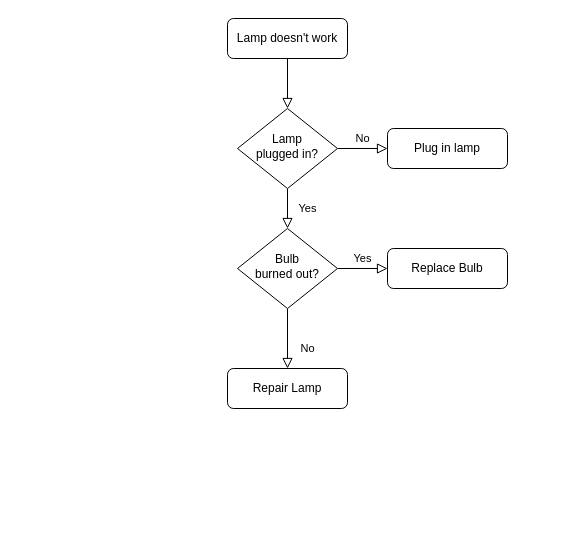
Above: img/flowchart_for_nlos.drawio in LINYQ0591/LINYQ0591.github.io (draw.io), before the change. Source tidied: cells renumbered, new cells numbered last; positions are measured from the earlier drawing's top-left corner, leaving out a move shared by most shapes. Both pictures are drawn from the tidied source at 100%, with x=0, y=0 at pixel (227, 18).
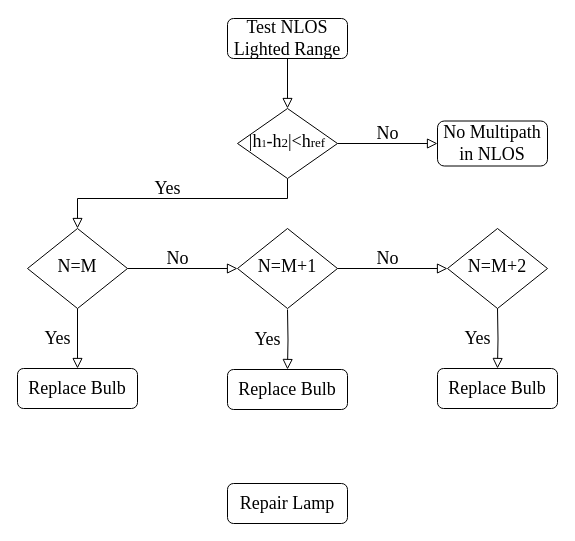
Above is the later version.

Diff of the diagram source:
```diff
@@
-    <mxCell id="3" value="Lamp doesn't work" style="rounded=1;whiteSpace=wrap;html=1;fontSize=12;glass=0;strokeWidth=1;shadow=0;" parent="1" vertex="1">
+    <mxCell id="3" value="&lt;font face=&quot;Times New Roman&quot; style=&quot;font-size: 18px;&quot;&gt;Test NLOS Lighted Range&lt;/font&gt;" style="rounded=1;whiteSpace=wrap;html=1;fontSize=12;glass=0;strokeWidth=1;shadow=0;" parent="1" vertex="1">
       <mxGeometry width="120" height="40" as="geometry" />
     </mxCell>
+    <mxCell id="5" value="No" style="edgeStyle=orthogonalEdgeStyle;rounded=0;html=1;jettySize=auto;fontSize=18;endArrow=block;endFill=0;endSize=8;strokeWidth=1;shadow=0;labelBackgroundColor=none;fontFamily=Times New Roman;" parent="1" edge="1" source="6" target="7">
+      <mxGeometry y="10" relative="1" as="geometry" />
+    </mxCell>
-    <mxCell id="4" value="Yes" style="rounded=0;html=1;jettySize=auto;fontSize=11;endArrow=block;endFill=0;endSize=8;strokeWidth=1;shadow=0;labelBackgroundColor=none;edgeStyle=orthogonalEdgeStyle;" parent="1" edge="1" source="6" target="10">
-      <mxGeometry y="20" relative="1" as="geometry" />
+    <mxCell id="4" value="Yes" style="rounded=0;jettySize=auto;fontSize=18;endArrow=block;endFill=0;endSize=8;strokeWidth=1;shadow=0;labelBackgroundColor=none;edgeStyle=orthogonalEdgeStyle;fontFamily=Times New Roman;html=1;verticalAlign=middle;horizontal=1;" parent="1" edge="1" source="6" target="10">
+      <mxGeometry x="0.08" y="-10" relative="1" as="geometry">
+        <Array as="points">
+          <mxPoint x="60" y="180" />
+          <mxPoint x="-150" y="180" />
+        </Array>
+      </mxGeometry>
     </mxCell>
-    <mxCell id="5" value="No" style="edgeStyle=orthogonalEdgeStyle;rounded=0;html=1;jettySize=auto;fontSize=11;endArrow=block;endFill=0;endSize=8;strokeWidth=1;shadow=0;labelBackgroundColor=none;" parent="1" edge="1" source="6" target="7">
-      <mxGeometry y="10" relative="1" as="geometry" />
-    </mxCell>
-    <mxCell id="6" value="Lamp&lt;br&gt;plugged in?" style="rhombus;whiteSpace=wrap;html=1;shadow=0;fontFamily=Helvetica;fontSize=12;align=center;strokeWidth=1;spacing=6;spacingTop=-4;" parent="1" vertex="1">
-      <mxGeometry x="10" y="90" width="100" height="80" as="geometry" />
+    <mxCell id="6" value="&lt;span style=&quot;font-family: &amp;quot;Times New Roman&amp;quot;; font-size: 18px;&quot;&gt;|h&lt;/span&gt;&lt;span style=&quot;font-family: &amp;quot;Times New Roman&amp;quot;;&quot;&gt;&lt;font size=&quot;1&quot;&gt;1&lt;/font&gt;&lt;/span&gt;&lt;span style=&quot;font-family: &amp;quot;Times New Roman&amp;quot;; font-size: 18px;&quot;&gt;-h&lt;/span&gt;&lt;span style=&quot;font-family: &amp;quot;Times New Roman&amp;quot;;&quot;&gt;&lt;font style=&quot;font-size: 13px;&quot;&gt;2&lt;/font&gt;&lt;/span&gt;&lt;span style=&quot;font-family: &amp;quot;Times New Roman&amp;quot;; font-size: 18px;&quot;&gt;|&amp;lt;h&lt;/span&gt;&lt;span style=&quot;font-family: &amp;quot;Times New Roman&amp;quot;;&quot;&gt;&lt;font style=&quot;font-size: 13px;&quot;&gt;ref&lt;/font&gt;&lt;/span&gt;" style="rhombus;whiteSpace=wrap;html=1;shadow=0;fontFamily=Helvetica;fontSize=12;align=center;strokeWidth=1;spacing=6;spacingTop=-4;" parent="1" vertex="1">
+      <mxGeometry x="10" y="90" width="100" height="70" as="geometry" />
     </mxCell>
-    <mxCell id="7" value="Plug in lamp" style="rounded=1;whiteSpace=wrap;html=1;fontSize=12;glass=0;strokeWidth=1;shadow=0;" parent="1" vertex="1">
-      <mxGeometry x="160" y="110" width="120" height="40" as="geometry" />
+    <mxCell id="7" value="&lt;span style=&quot;font-family: &amp;quot;Times New Roman&amp;quot;; font-size: 18px;&quot;&gt;No Multipath in NLOS&lt;/span&gt;" style="rounded=1;whiteSpace=wrap;html=1;fontSize=12;glass=0;strokeWidth=1;shadow=0;" parent="1" vertex="1">
+      <mxGeometry x="210" y="102.5" width="110" height="45" as="geometry" />
     </mxCell>
-    <mxCell id="8" value="No" style="rounded=0;html=1;jettySize=auto;fontSize=11;endArrow=block;endFill=0;endSize=8;strokeWidth=1;shadow=0;labelBackgroundColor=none;edgeStyle=orthogonalEdgeStyle;" parent="1" edge="1" source="10" target="11">
-      <mxGeometry x="0.33" y="20" relative="1" as="geometry" />
+    <mxCell id="8" value="No" style="rounded=0;html=1;jettySize=auto;fontSize=18;endArrow=block;endFill=0;endSize=8;strokeWidth=1;shadow=0;labelBackgroundColor=none;edgeStyle=orthogonalEdgeStyle;fontFamily=Times New Roman;entryX=0;entryY=0.5;entryDx=0;entryDy=0;" parent="1" edge="1" source="10" target="13">
+      <mxGeometry x="-0.09" y="10" relative="1" as="geometry" />
     </mxCell>
-    <mxCell id="9" value="Yes" style="edgeStyle=orthogonalEdgeStyle;rounded=0;html=1;jettySize=auto;fontSize=11;endArrow=block;endFill=0;endSize=8;strokeWidth=1;shadow=0;labelBackgroundColor=none;" parent="1" edge="1" source="10" target="12">
-      <mxGeometry y="10" relative="1" as="geometry" />
+    <mxCell id="9" value="Yes" style="edgeStyle=orthogonalEdgeStyle;rounded=0;html=1;jettySize=auto;fontSize=18;endArrow=block;endFill=0;endSize=8;strokeWidth=1;shadow=0;labelBackgroundColor=none;fontFamily=Times New Roman;" parent="1" edge="1" source="10" target="12">
+      <mxGeometry y="-20" relative="1" as="geometry" />
     </mxCell>
-    <mxCell id="10" value="Bulb&lt;br&gt;burned out?" style="rhombus;whiteSpace=wrap;html=1;shadow=0;fontFamily=Helvetica;fontSize=12;align=center;strokeWidth=1;spacing=6;spacingTop=-4;" parent="1" vertex="1">
-      <mxGeometry x="10" y="210" width="100" height="80" as="geometry" />
+    <mxCell id="10" value="N=M" style="rhombus;whiteSpace=wrap;html=1;shadow=0;fontFamily=Times New Roman;fontSize=18;align=center;strokeWidth=1;spacing=6;spacingTop=-4;" parent="1" vertex="1">
+      <mxGeometry x="-200" y="210" width="100" height="80" as="geometry" />
     </mxCell>
-    <mxCell id="11" value="Repair Lamp" style="rounded=1;whiteSpace=wrap;html=1;fontSize=12;glass=0;strokeWidth=1;shadow=0;" parent="1" vertex="1">
-      <mxGeometry y="350" width="120" height="40" as="geometry" />
+    <mxCell id="11" value="Repair Lamp" style="rounded=1;whiteSpace=wrap;html=1;fontSize=18;glass=0;strokeWidth=1;shadow=0;fontFamily=Times New Roman;" parent="1" vertex="1">
+      <mxGeometry y="465" width="120" height="40" as="geometry" />
     </mxCell>
-    <mxCell id="12" value="Replace Bulb" style="rounded=1;whiteSpace=wrap;html=1;fontSize=12;glass=0;strokeWidth=1;shadow=0;" parent="1" vertex="1">
-      <mxGeometry x="160" y="230" width="120" height="40" as="geometry" />
+    <mxCell id="12" value="Replace Bulb" style="rounded=1;whiteSpace=wrap;html=1;fontSize=18;glass=0;strokeWidth=1;shadow=0;fontFamily=Times New Roman;" parent="1" vertex="1">
+      <mxGeometry x="-210" y="350" width="120" height="40" as="geometry" />
     </mxCell>
+    <mxCell id="13" value="N=M+1" style="rhombus;whiteSpace=wrap;html=1;shadow=0;fontFamily=Times New Roman;fontSize=18;align=center;strokeWidth=1;spacing=6;spacingTop=-4;" parent="1" vertex="1">
+      <mxGeometry x="10" y="210" width="100" height="80" as="geometry" />
+    </mxCell>
+    <mxCell id="14" value="No" style="rounded=0;html=1;jettySize=auto;orthogonalLoop=1;fontSize=18;endArrow=block;endFill=0;endSize=8;strokeWidth=1;shadow=0;labelBackgroundColor=none;edgeStyle=orthogonalEdgeStyle;fontFamily=Times New Roman;entryX=0;entryY=0.5;entryDx=0;entryDy=0;" parent="1" edge="1">
+      <mxGeometry x="-0.09" y="10" relative="1" as="geometry">
+        <mxPoint x="110" y="250" as="sourcePoint" />
+        <mxPoint x="220" y="250" as="targetPoint" />
+      </mxGeometry>
+    </mxCell>
+    <mxCell id="15" value="N=M+2" style="rhombus;whiteSpace=wrap;html=1;shadow=0;fontFamily=Times New Roman;fontSize=18;align=center;strokeWidth=1;spacing=6;spacingTop=-4;" parent="1" vertex="1">
+      <mxGeometry x="220" y="210" width="100" height="80" as="geometry" />
+    </mxCell>
+    <mxCell id="16" value="Yes" style="edgeStyle=orthogonalEdgeStyle;rounded=0;html=1;jettySize=auto;fontSize=18;endArrow=block;endFill=0;endSize=8;strokeWidth=1;shadow=0;labelBackgroundColor=none;fontFamily=Times New Roman;" parent="1" edge="1" target="17">
+      <mxGeometry y="-20" relative="1" as="geometry">
+        <mxPoint x="270" y="290" as="sourcePoint" />
+      </mxGeometry>
+    </mxCell>
+    <mxCell id="17" value="Replace Bulb" style="rounded=1;whiteSpace=wrap;html=1;fontSize=18;glass=0;strokeWidth=1;shadow=0;fontFamily=Times New Roman;" parent="1" vertex="1">
+      <mxGeometry x="210" y="350" width="120" height="40" as="geometry" />
+    </mxCell>
+    <mxCell id="18" value="Yes" style="edgeStyle=orthogonalEdgeStyle;rounded=0;html=1;jettySize=auto;fontSize=18;endArrow=block;endFill=0;endSize=8;strokeWidth=1;shadow=0;labelBackgroundColor=none;fontFamily=Times New Roman;" parent="1" edge="1" target="19">
+      <mxGeometry y="-20" relative="1" as="geometry">
+        <mxPoint x="60" y="291" as="sourcePoint" />
+      </mxGeometry>
+    </mxCell>
+    <mxCell id="19" value="Replace Bulb" style="rounded=1;whiteSpace=wrap;html=1;fontSize=18;glass=0;strokeWidth=1;shadow=0;fontFamily=Times New Roman;" parent="1" vertex="1">
+      <mxGeometry y="351" width="120" height="40" as="geometry" />
+    </mxCell>
```
